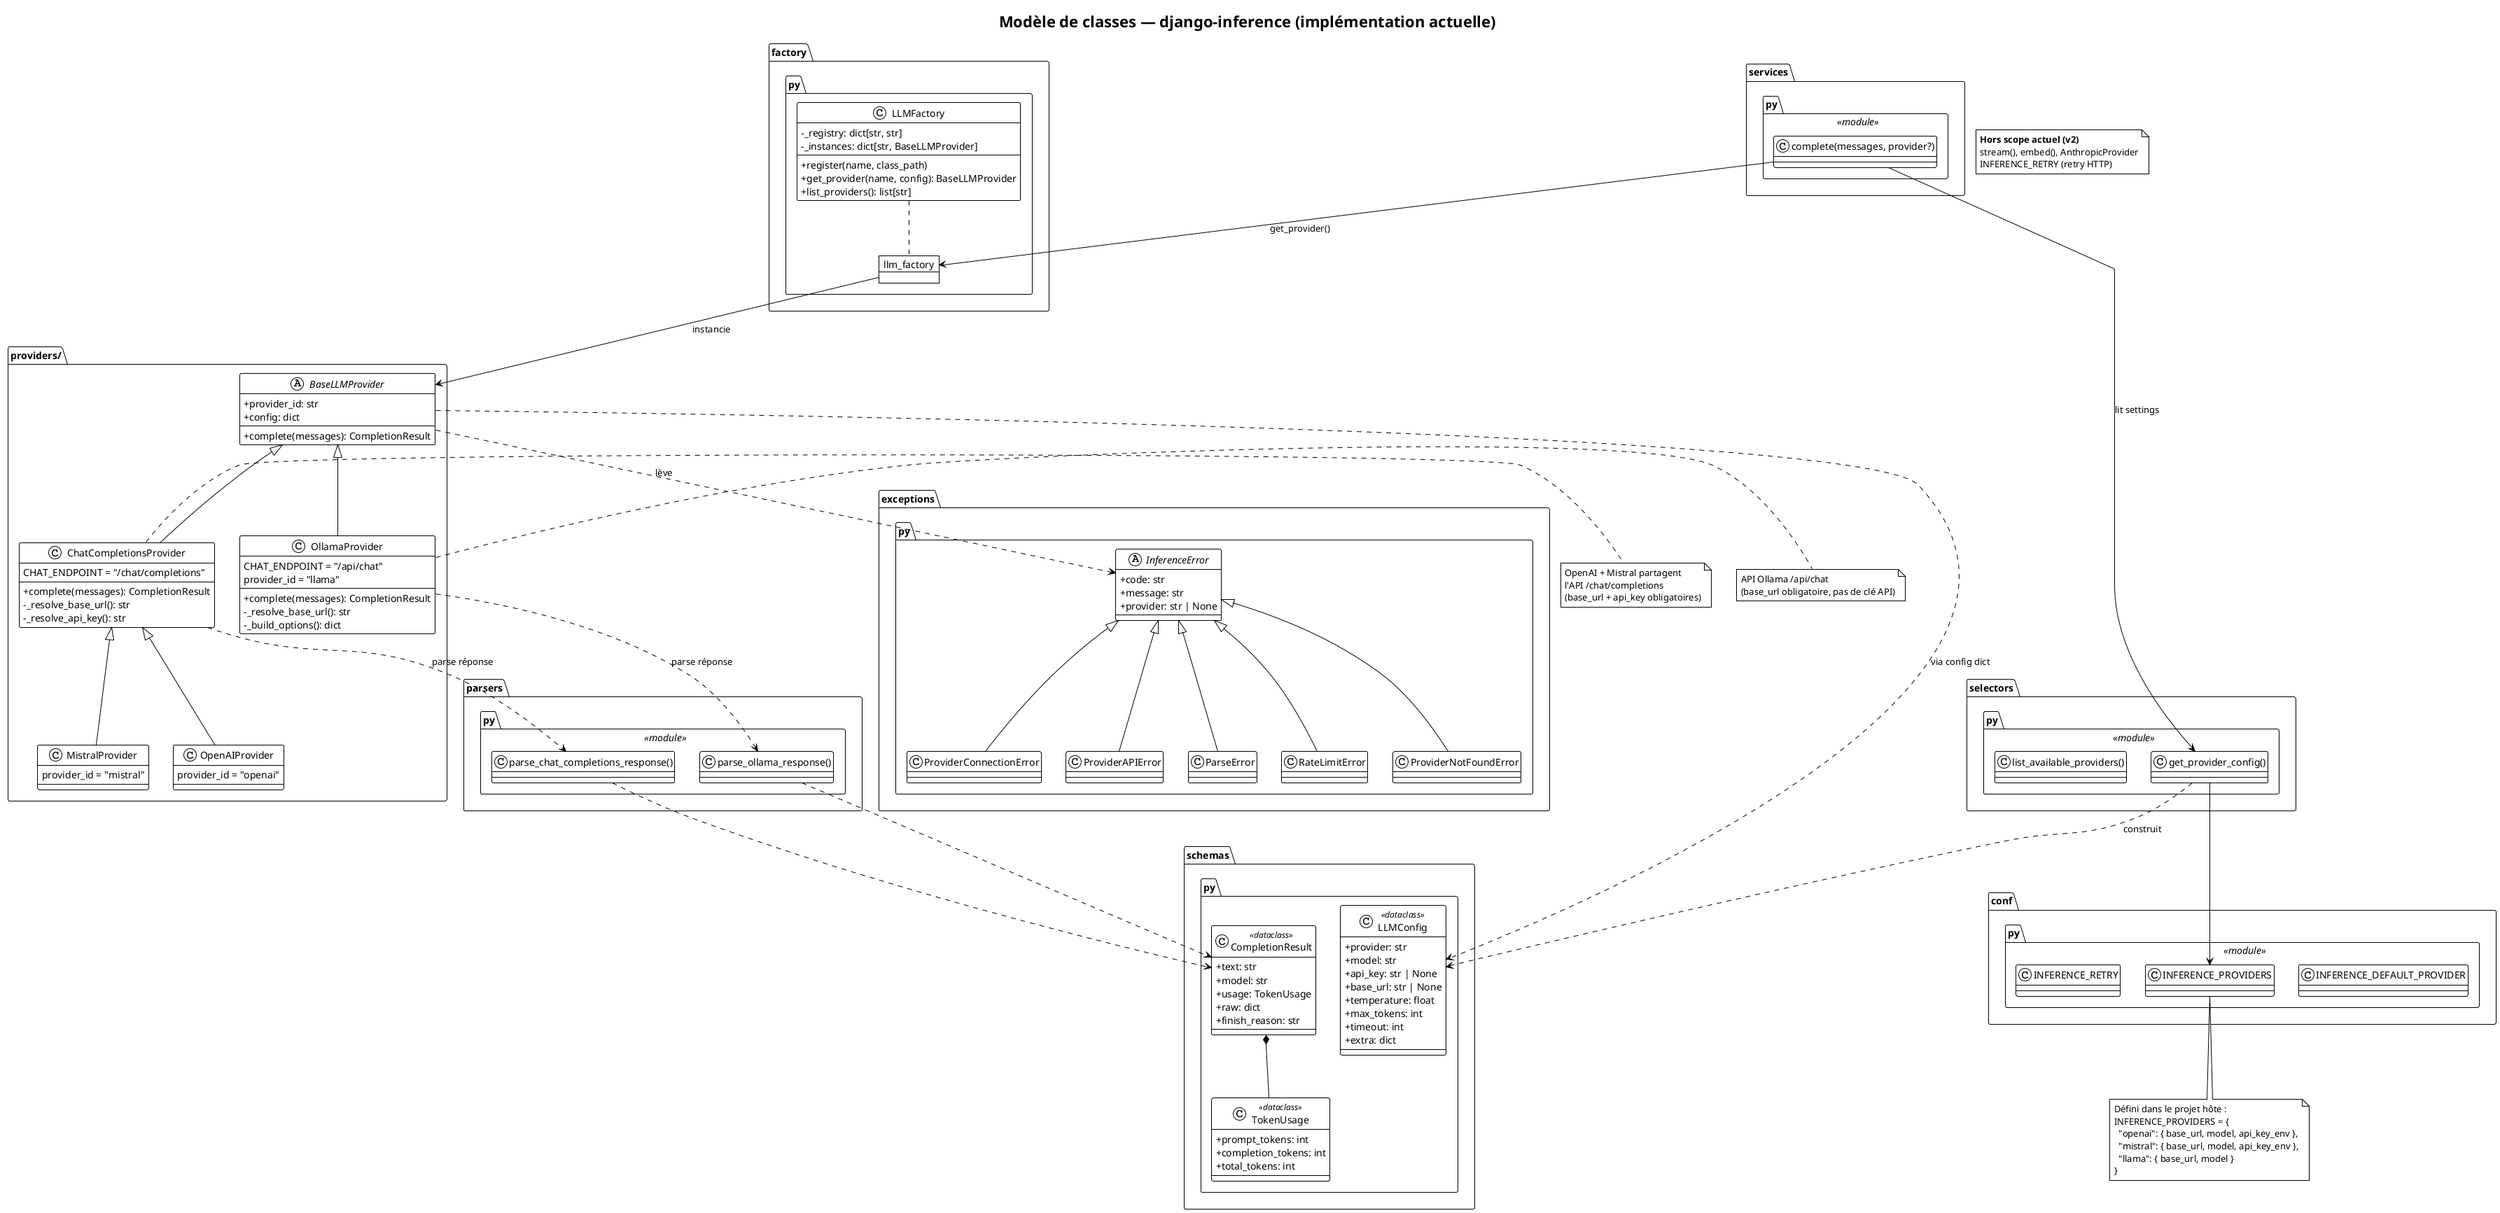
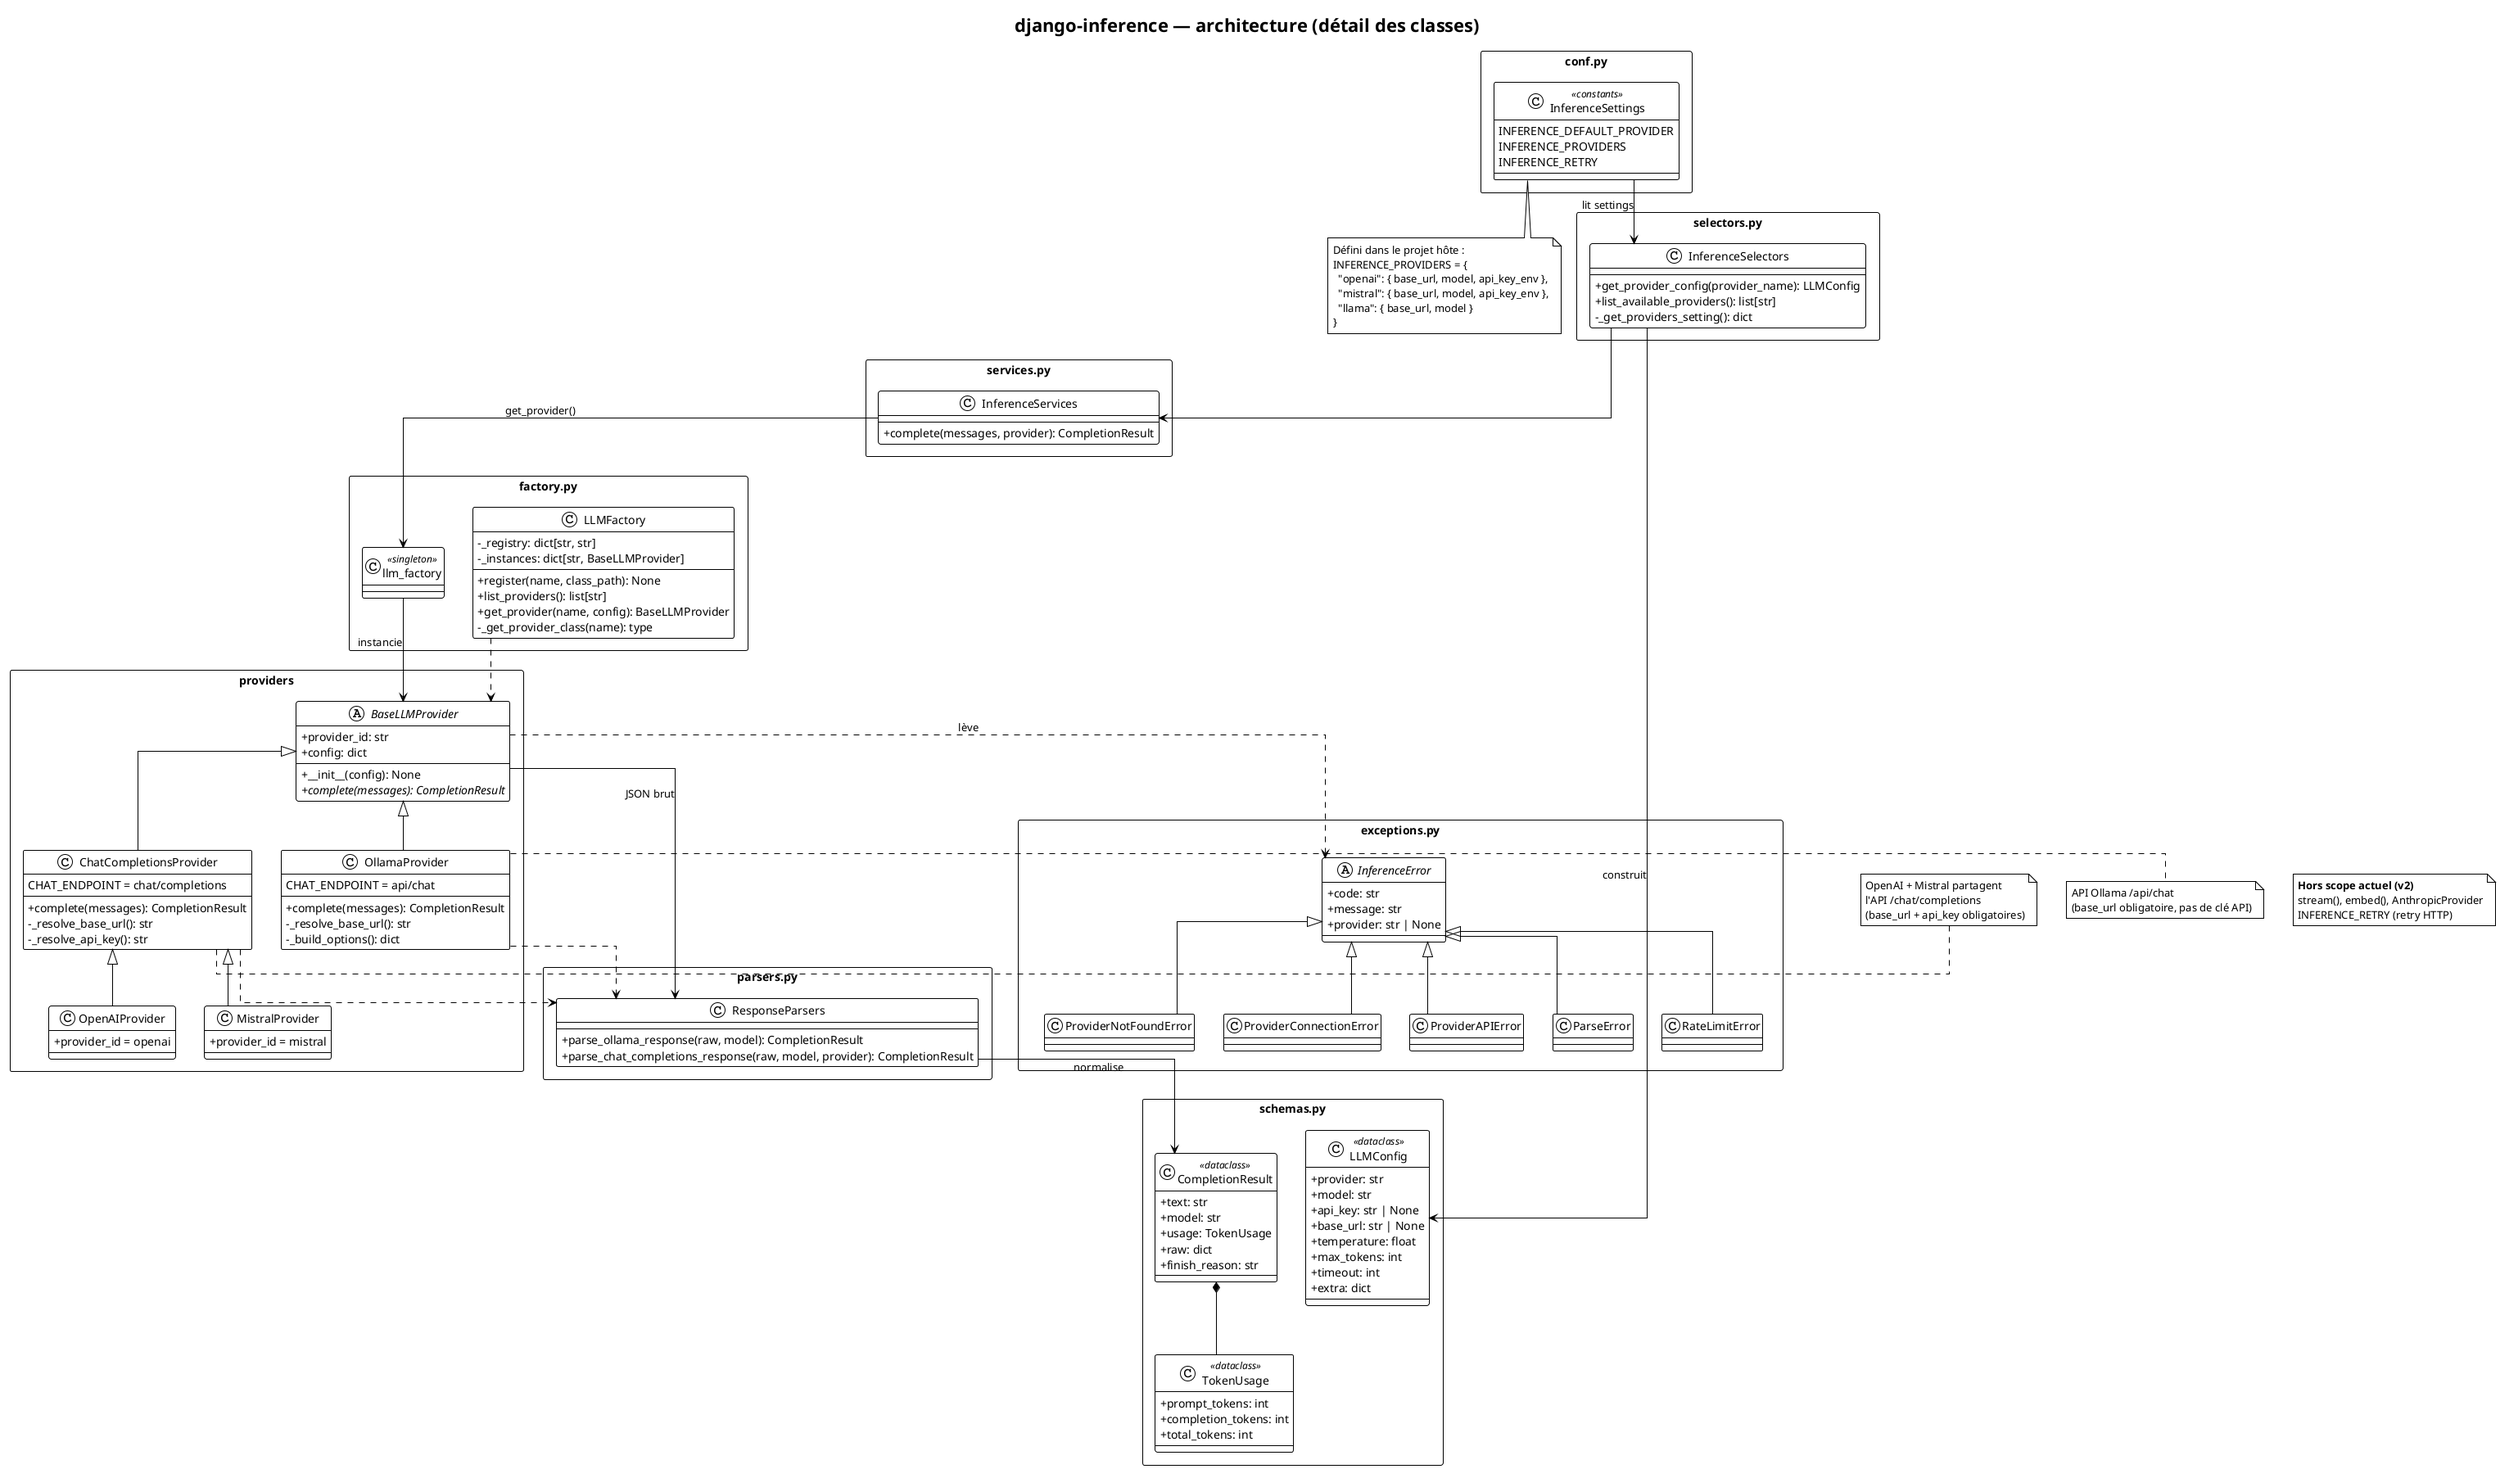
@startuml django-inference-classes
!theme plain
skinparam shadowing false
skinparam classAttributeIconSize 0
+ skinparam packageStyle rectangle
+ skinparam linetype ortho

- title Modèle de classes — django-inference (implémentation actuelle)
+ title django-inference — architecture (détail des classes)

- package "schemas.py" {
+ top to bottom direction
+ 
+ ' ===== schemas =====
+ package "schemas.py" as pkg_schemas {
  class LLMConfig <<dataclass>> {
    +provider: str
    +model: str
    +api_key: str | None
    +base_url: str | None
    +temperature: float
    +max_tokens: int
    +timeout: int
    +extra: dict
  }

+   class TokenUsage <<dataclass>> {
+     +prompt_tokens: int
+     +completion_tokens: int
+     +total_tokens: int
+   }
+ 
  class CompletionResult <<dataclass>> {
    +text: str
    +model: str
    +usage: TokenUsage
    +raw: dict
    +finish_reason: str
  }

-   class TokenUsage <<dataclass>> {
-     +prompt_tokens: int
-     +completion_tokens: int
-     +total_tokens: int
-   }
- 
  CompletionResult *-- TokenUsage
}

- package "providers/" {
+ ' ===== conf =====
+ package "conf.py" as pkg_conf {
+   class InferenceSettings <<constants>> {
+     INFERENCE_DEFAULT_PROVIDER
+     INFERENCE_PROVIDERS
+     INFERENCE_RETRY
+   }
+ }
+ 
+ ' ===== selectors =====
+ package "selectors.py" as pkg_selectors {
+   class InferenceSelectors {
+     +get_provider_config(provider_name): LLMConfig
+     +list_available_providers(): list[str]
+     -_get_providers_setting(): dict
+   }
+ }
+ 
+ ' ===== services =====
+ package "services.py" as pkg_services {
+   class InferenceServices {
+     +complete(messages, provider): CompletionResult
+   }
+ }
+ 
+ ' ===== factory =====
+ package "factory.py" as pkg_factory {
+   class LLMFactory {
+     -_registry: dict[str, str]
+     -_instances: dict[str, BaseLLMProvider]
+     +register(name, class_path): None
+     +list_providers(): list[str]
+     +get_provider(name, config): BaseLLMProvider
+     -_get_provider_class(name): type
+   }
+ 
+   class llm_factory <<singleton>>
+ }
+ 
+ ' ===== providers =====
+ package "providers" as pkg_providers {
  abstract class BaseLLMProvider {
    +provider_id: str
    +config: dict
-     +complete(messages): CompletionResult
+     +__init__(config): None
+     +{abstract} complete(messages): CompletionResult
  }

  class ChatCompletionsProvider {
-     CHAT_ENDPOINT = "/chat/completions"
+     CHAT_ENDPOINT = chat/completions
    +complete(messages): CompletionResult
    -_resolve_base_url(): str
    -_resolve_api_key(): str
  }

+   class OllamaProvider {
+     CHAT_ENDPOINT = api/chat
+     +complete(messages): CompletionResult
+     -_resolve_base_url(): str
+     -_build_options(): dict
+   }
+ 
  class OpenAIProvider {
-     provider_id = "openai"
+     +provider_id = openai
  }

  class MistralProvider {
-     provider_id = "mistral"
-   }
- 
-   class OllamaProvider {
-     CHAT_ENDPOINT = "/api/chat"
-     provider_id = "llama"
-     +complete(messages): CompletionResult
-     -_resolve_base_url(): str
-     -_build_options(): dict
+     +provider_id = mistral
  }

  BaseLLMProvider <|-- ChatCompletionsProvider
  BaseLLMProvider <|-- OllamaProvider
  ChatCompletionsProvider <|-- OpenAIProvider
  ChatCompletionsProvider <|-- MistralProvider
}

- package "factory.py" {
-   class LLMFactory {
-     -_registry: dict[str, str]
-     -_instances: dict[str, BaseLLMProvider]
-     +register(name, class_path)
-     +get_provider(name, config): BaseLLMProvider
-     +list_providers(): list[str]
+ ' ===== parsers =====
+ package "parsers.py" as pkg_parsers {
+   class ResponseParsers {
+     +parse_ollama_response(raw, model): CompletionResult
+     +parse_chat_completions_response(raw, model, provider): CompletionResult
  }
- 
-   object "llm_factory" as llm_factory_singleton
-   LLMFactory .. llm_factory_singleton
}

- package "parsers.py" <<module>> {
-   class "parse_ollama_response()" as parse_ollama
-   class "parse_chat_completions_response()" as parse_chat
- }
- 
- package "selectors.py" <<module>> {
-   class "get_provider_config()" as get_config
-   class "list_available_providers()" as list_providers
- }
- 
- package "services.py" <<module>> {
-   class "complete(messages, provider?)" as complete_svc
- }
- 
- package "exceptions.py" {
+ ' ===== exceptions =====
+ package "exceptions.py" as pkg_errors {
  abstract class InferenceError {
    +code: str
    +message: str
    +provider: str | None
  }

  class ProviderNotFoundError
  class ProviderConnectionError
  class ProviderAPIError
  class ParseError
  class RateLimitError

  InferenceError <|-- ProviderNotFoundError
  InferenceError <|-- ProviderConnectionError
  InferenceError <|-- ProviderAPIError
  InferenceError <|-- ParseError
  InferenceError <|-- RateLimitError
}

- package "conf.py" <<module>> {
-   class "INFERENCE_DEFAULT_PROVIDER" as setting_default
-   class "INFERENCE_PROVIDERS" as setting_providers
-   class "INFERENCE_RETRY" as setting_retry
- }
+ ' ----- Flux principal -----
+ InferenceSettings -down-> InferenceSelectors : lit settings
+ InferenceSelectors -down-> LLMConfig : construit
+ InferenceSelectors -down-> InferenceServices
+ InferenceServices -down-> llm_factory : get_provider()
+ llm_factory -down-> BaseLLMProvider : instancie
+ BaseLLMProvider -down-> ResponseParsers : JSON brut
+ ResponseParsers -down-> CompletionResult : normalise

- ' --- Flux principal ---
- complete_svc --> get_config : lit settings
- get_config --> setting_providers
- get_config ..> LLMConfig : construit
- complete_svc --> llm_factory_singleton : get_provider()
- llm_factory_singleton --> BaseLLMProvider : instancie
- 
- OllamaProvider ..> parse_ollama : parse réponse
- ChatCompletionsProvider ..> parse_chat : parse réponse
- parse_ollama ..> CompletionResult
- parse_chat ..> CompletionResult
- 
- BaseLLMProvider ..> LLMConfig : via config dict
+ ' ----- Liens transverses -----
+ LLMFactory ..> BaseLLMProvider
+ ChatCompletionsProvider ..> ResponseParsers
+ OllamaProvider ..> ResponseParsers
BaseLLMProvider ..> InferenceError : lève

+ ' ===== Notes (conservées) =====
note right of ChatCompletionsProvider
  OpenAI + Mistral partagent
  l'API /chat/completions
  (base_url + api_key obligatoires)
end note

note right of OllamaProvider
  API Ollama /api/chat
  (base_url obligatoire, pas de clé API)
end note

- note bottom of setting_providers
+ note bottom of InferenceSettings
  Défini dans le projet hôte :
  INFERENCE_PROVIDERS = {
    "openai": { base_url, model, api_key_env },
    "mistral": { base_url, model, api_key_env },
    "llama": { base_url, model }
  }
end note

note as N1
  **Hors scope actuel (v2)**
  stream(), embed(), AnthropicProvider
  INFERENCE_RETRY (retry HTTP)
end note

+ N1 -[hidden]left- pkg_errors
+ 
@enduml
